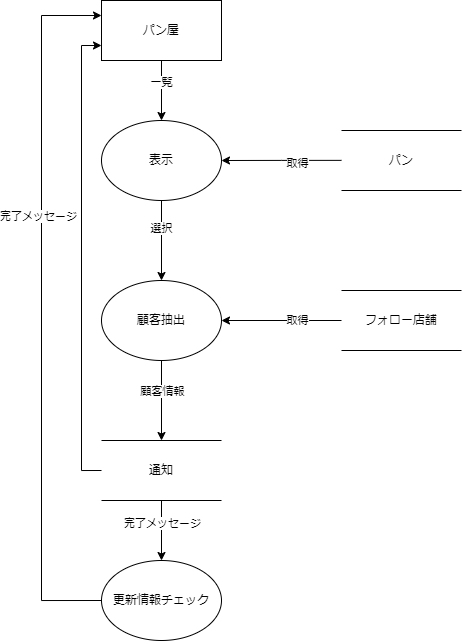
Before: DFD/通知送信.drawio.png, a diagram exported from draw.io (Pyama1013/Sotsu.Gamen). Source tidied: cells renumbered, new cells last; positions are measured from the earlier drawing's top-left corner, leaving out a move shared by most shapes.
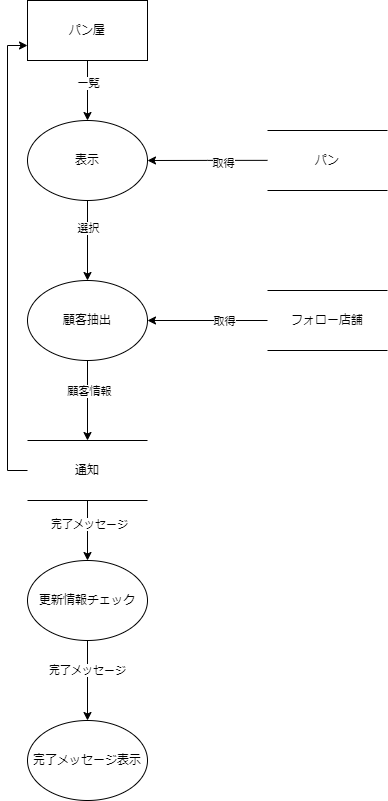
After the commit.

Change to the diagram source:
```diff
@@ -43,17 +43,6 @@
     <mxCell id="14" value="取得" style="edgeLabel;html=1;align=center;verticalAlign=middle;" parent="13" vertex="1">
       <mxGeometry x="-0.26" relative="1" as="geometry" />
     </mxCell>
-    <mxCell id="15" style="edgeStyle=orthogonalEdgeStyle;rounded=0;jettySize=auto;html=1;exitX=0;exitY=0.5;exitDx=0;exitDy=0;entryX=0;entryY=0.25;entryDx=0;entryDy=0;" parent="1" edge="1" source="17" target="4">
-      <mxGeometry relative="1" as="geometry">
-        <Array as="points">
-          <mxPoint y="600" />
-          <mxPoint y="15" />
-        </Array>
-      </mxGeometry>
-    </mxCell>
-    <mxCell id="16" value="完了メッセージ" style="edgeLabel;html=1;align=center;verticalAlign=middle;" parent="15" vertex="1">
-      <mxGeometry x="0.26" y="3" relative="1" as="geometry" />
-    </mxCell>
     <mxCell id="17" value="更新情報チェック" style="ellipse;whiteSpace=wrap;html=1;" parent="1" vertex="1">
       <mxGeometry x="60" y="560" width="120" height="80" as="geometry" />
     </mxCell>
@@ -80,5 +69,16 @@
     <mxCell id="23" value="パン" style="shape=partialRectangle;whiteSpace=wrap;html=1;left=0;right=0;fillColor=none;" parent="1" vertex="1">
       <mxGeometry x="300" y="130" width="120" height="60" as="geometry" />
     </mxCell>
+    <mxCell id="24" style="edgeStyle=orthogonalEdgeStyle;rounded=0;jettySize=auto;html=1;exitX=0.5;exitY=1;exitDx=0;exitDy=0;entryX=0.5;entryY=0;entryDx=0;entryDy=0;" parent="1" edge="1" target="25">
+      <mxGeometry relative="1" as="geometry">
+        <mxPoint x="120" y="640" as="sourcePoint" />
+      </mxGeometry>
+    </mxCell>
+    <mxCell id="16" value="完了メッセージ" style="edgeLabel;html=1;align=center;verticalAlign=middle;" parent="24" vertex="1">
+      <mxGeometry x="-0.28" y="-1" relative="1" as="geometry" />
+    </mxCell>
+    <mxCell id="25" value="完了メッセージ表示" style="ellipse;whiteSpace=wrap;html=1;" parent="1" vertex="1">
+      <mxGeometry x="60" y="720" width="120" height="80" as="geometry" />
+    </mxCell>
   </root>
 </mxGraphModel>
```
